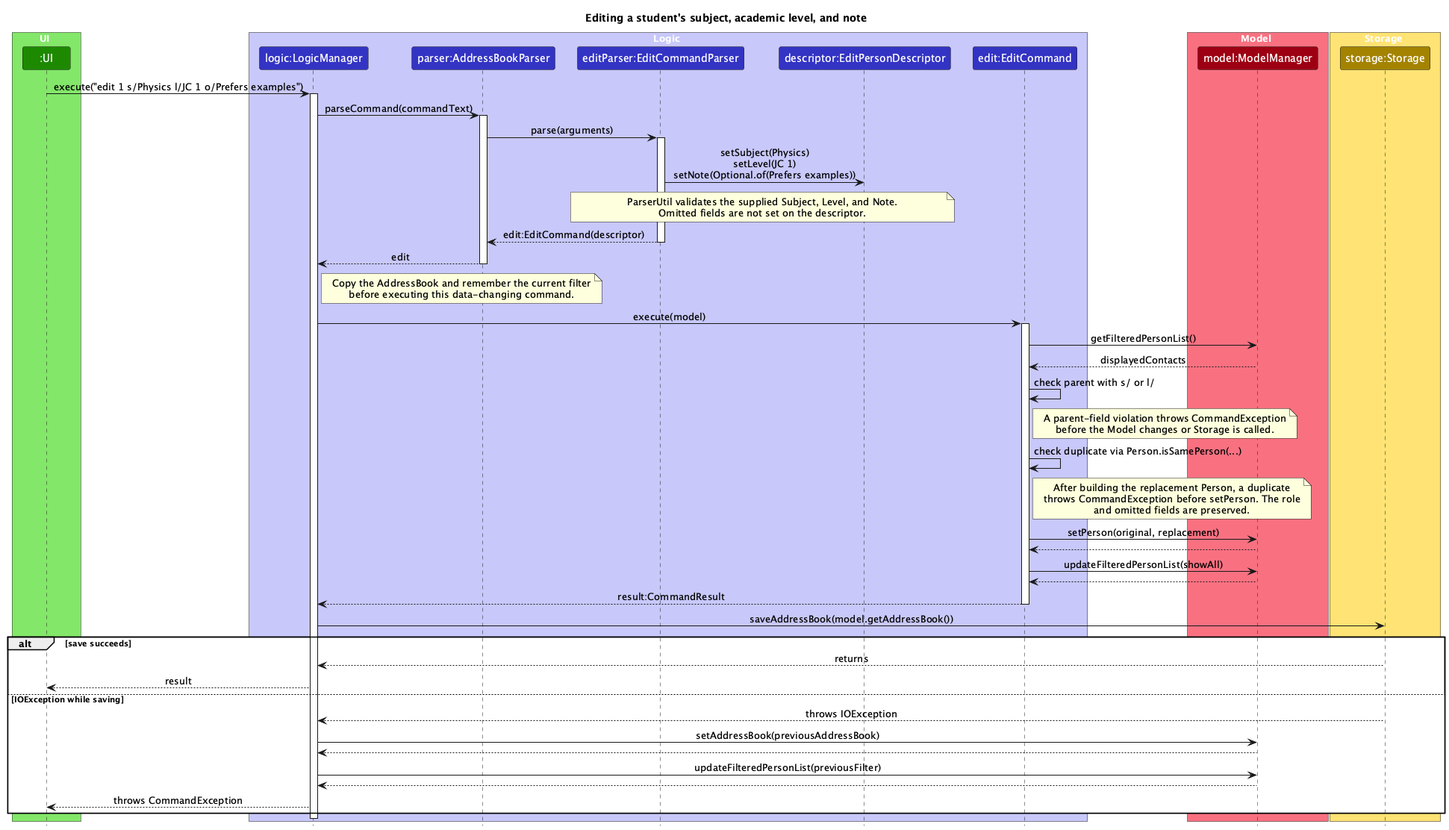
Earlier version of the PlantUML export docs/images/EditRoleFieldsSequenceDiagram.png (AY2627S1-CS2103T-T17-1/tp). Source of this version:
```plantuml
@startuml
!include style.puml
skinparam ArrowFontStyle plain
title Editing a student's subject, academic level, and note

box UI UI_COLOR_T1
participant ":UI" as UI UI_COLOR
end box

box Logic LOGIC_COLOR_T1
participant "logic:LogicManager" as LogicManager LOGIC_COLOR
participant "parser:AddressBookParser" as AddressBookParser LOGIC_COLOR
participant "editParser:EditCommandParser" as EditCommandParser LOGIC_COLOR
participant "descriptor:EditPersonDescriptor" as EditPersonDescriptor LOGIC_COLOR
participant "edit:EditCommand" as EditCommand LOGIC_COLOR
end box

box Model MODEL_COLOR_T1
participant "model:ModelManager" as ModelManager MODEL_COLOR
end box

box Storage STORAGE_COLOR_T1
participant "storage:Storage" as Storage STORAGE_COLOR
end box

UI -> LogicManager : execute("edit 1 s/Physics l/JC 1 o/Prefers examples")
activate LogicManager
LogicManager -> AddressBookParser : parseCommand(commandText)
activate AddressBookParser
AddressBookParser -> EditCommandParser : parse(arguments)
activate EditCommandParser
EditCommandParser -> EditPersonDescriptor : setSubject(Physics)\nsetLevel(JC 1)\nsetNote(Optional.of(Prefers examples))
note over EditCommandParser, EditPersonDescriptor
  ParserUtil validates the supplied Subject, Level, and Note.
  Omitted fields are not set on the descriptor.
end note
EditCommandParser --> AddressBookParser : edit:EditCommand(descriptor)
deactivate EditCommandParser
AddressBookParser --> LogicManager : edit
deactivate AddressBookParser

note right of LogicManager
  Copy the AddressBook and remember the current filter
  before executing this data-changing command.
end note
LogicManager -> EditCommand : execute(model)
activate EditCommand
EditCommand -> ModelManager : getFilteredPersonList()
ModelManager --> EditCommand : displayedContacts
EditCommand -> EditCommand : check parent with s/ or l/
note right of EditCommand
  A parent-field violation throws CommandException
  before the Model changes or Storage is called.
end note
EditCommand -> EditCommand : check duplicate via Person.isSamePerson(...)
note right of EditCommand
  After building the replacement Person, a duplicate
  throws CommandException before setPerson. The role
  and omitted fields are preserved.
end note
EditCommand -> ModelManager : setPerson(original, replacement)
ModelManager --> EditCommand
EditCommand -> ModelManager : updateFilteredPersonList(showAll)
ModelManager --> EditCommand
EditCommand --> LogicManager : result:CommandResult
deactivate EditCommand

LogicManager -> Storage : saveAddressBook(model.getAddressBook())
alt save succeeds
    Storage --> LogicManager : returns
    LogicManager --> UI : result
else IOException while saving
    Storage --> LogicManager : throws IOException
    LogicManager -> ModelManager : setAddressBook(previousAddressBook)
    ModelManager --> LogicManager
    LogicManager -> ModelManager : updateFilteredPersonList(previousFilter)
    ModelManager --> LogicManager
    LogicManager --> UI : throws CommandException
end
deactivate LogicManager
@enduml
```
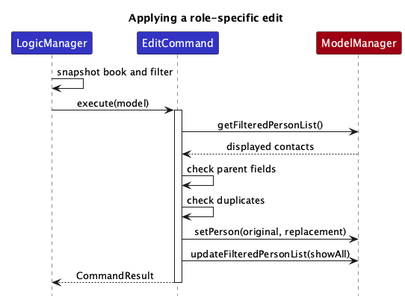
Above is the later version.

Commit message:
Split sequence diagram for better readability

Change to the diagram source:
```diff
@@ -1,81 +1,21 @@
 @startuml
 !include style.puml
 skinparam ArrowFontStyle plain
-title Editing a student's subject, academic level, and note
+title Applying a role-specific edit
 
-box UI UI_COLOR_T1
-participant ":UI" as UI UI_COLOR
-end box
+participant "LogicManager" as LogicManager LOGIC_COLOR
+participant "EditCommand" as EditCommand LOGIC_COLOR
+participant "ModelManager" as ModelManager MODEL_COLOR
 
-box Logic LOGIC_COLOR_T1
-participant "logic:LogicManager" as LogicManager LOGIC_COLOR
-participant "parser:AddressBookParser" as AddressBookParser LOGIC_COLOR
-participant "editParser:EditCommandParser" as EditCommandParser LOGIC_COLOR
-participant "descriptor:EditPersonDescriptor" as EditPersonDescriptor LOGIC_COLOR
-participant "edit:EditCommand" as EditCommand LOGIC_COLOR
-end box
-
-box Model MODEL_COLOR_T1
-participant "model:ModelManager" as ModelManager MODEL_COLOR
-end box
-
-box Storage STORAGE_COLOR_T1
-participant "storage:Storage" as Storage STORAGE_COLOR
-end box
-
-UI -> LogicManager : execute("edit 1 s/Physics l/JC 1 o/Prefers examples")
-activate LogicManager
-LogicManager -> AddressBookParser : parseCommand(commandText)
-activate AddressBookParser
-AddressBookParser -> EditCommandParser : parse(arguments)
-activate EditCommandParser
-EditCommandParser -> EditPersonDescriptor : setSubject(Physics)\nsetLevel(JC 1)\nsetNote(Optional.of(Prefers examples))
-note over EditCommandParser, EditPersonDescriptor
-  ParserUtil validates the supplied Subject, Level, and Note.
-  Omitted fields are not set on the descriptor.
-end note
-EditCommandParser --> AddressBookParser : edit:EditCommand(descriptor)
-deactivate EditCommandParser
-AddressBookParser --> LogicManager : edit
-deactivate AddressBookParser
-
-note right of LogicManager
-  Copy the AddressBook and remember the current filter
-  before executing this data-changing command.
-end note
+LogicManager -> LogicManager : snapshot book and filter
 LogicManager -> EditCommand : execute(model)
 activate EditCommand
 EditCommand -> ModelManager : getFilteredPersonList()
-ModelManager --> EditCommand : displayedContacts
-EditCommand -> EditCommand : check parent with s/ or l/
-note right of EditCommand
-  A parent-field violation throws CommandException
-  before the Model changes or Storage is called.
-end note
-EditCommand -> EditCommand : check duplicate via Person.isSamePerson(...)
-note right of EditCommand
-  After building the replacement Person, a duplicate
-  throws CommandException before setPerson. The role
-  and omitted fields are preserved.
-end note
+ModelManager --> EditCommand : displayed contacts
+EditCommand -> EditCommand : check parent fields
+EditCommand -> EditCommand : check duplicates
 EditCommand -> ModelManager : setPerson(original, replacement)
-ModelManager --> EditCommand
 EditCommand -> ModelManager : updateFilteredPersonList(showAll)
-ModelManager --> EditCommand
-EditCommand --> LogicManager : result:CommandResult
+EditCommand --> LogicManager : CommandResult
 deactivate EditCommand
-
-LogicManager -> Storage : saveAddressBook(model.getAddressBook())
-alt save succeeds
-    Storage --> LogicManager : returns
-    LogicManager --> UI : result
-else IOException while saving
-    Storage --> LogicManager : throws IOException
-    LogicManager -> ModelManager : setAddressBook(previousAddressBook)
-    ModelManager --> LogicManager
-    LogicManager -> ModelManager : updateFilteredPersonList(previousFilter)
-    ModelManager --> LogicManager
-    LogicManager --> UI : throws CommandException
-end
-deactivate LogicManager
 @enduml
```
